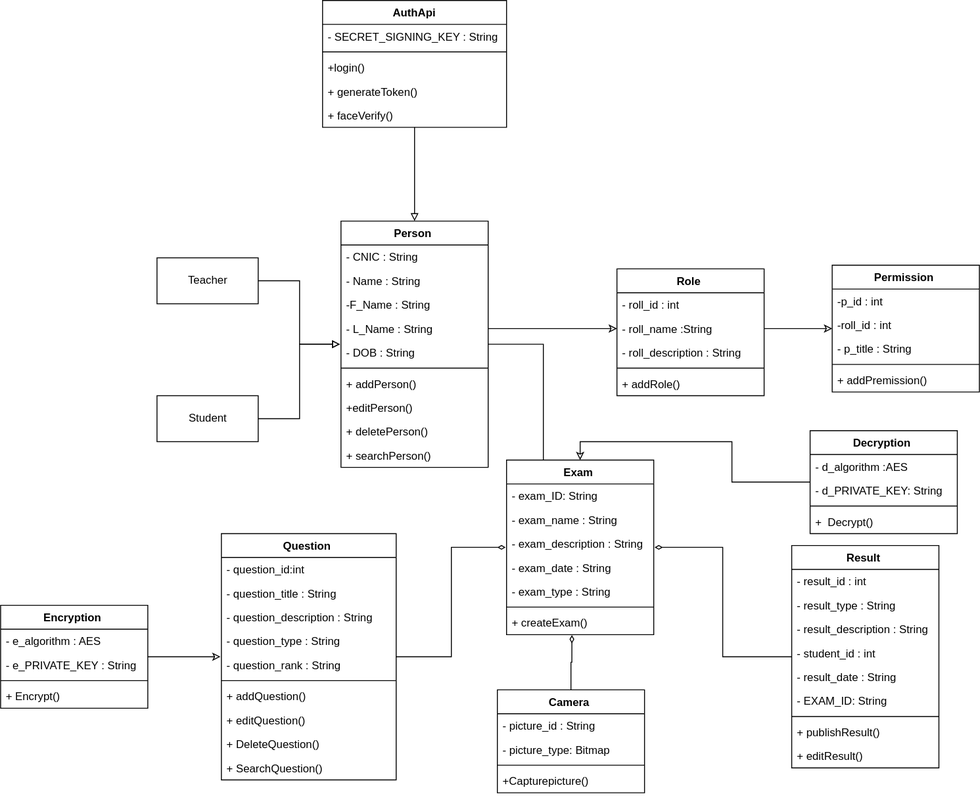
Zaeem6100/FYP-Documents keeps this draw.io diagram as Class Diagram.drawio.svg. Above is the earlier version. Source tidied: cells renumbered, new cells last; positions are measured from the earlier drawing's top-left corner, leaving out a move shared by most shapes.
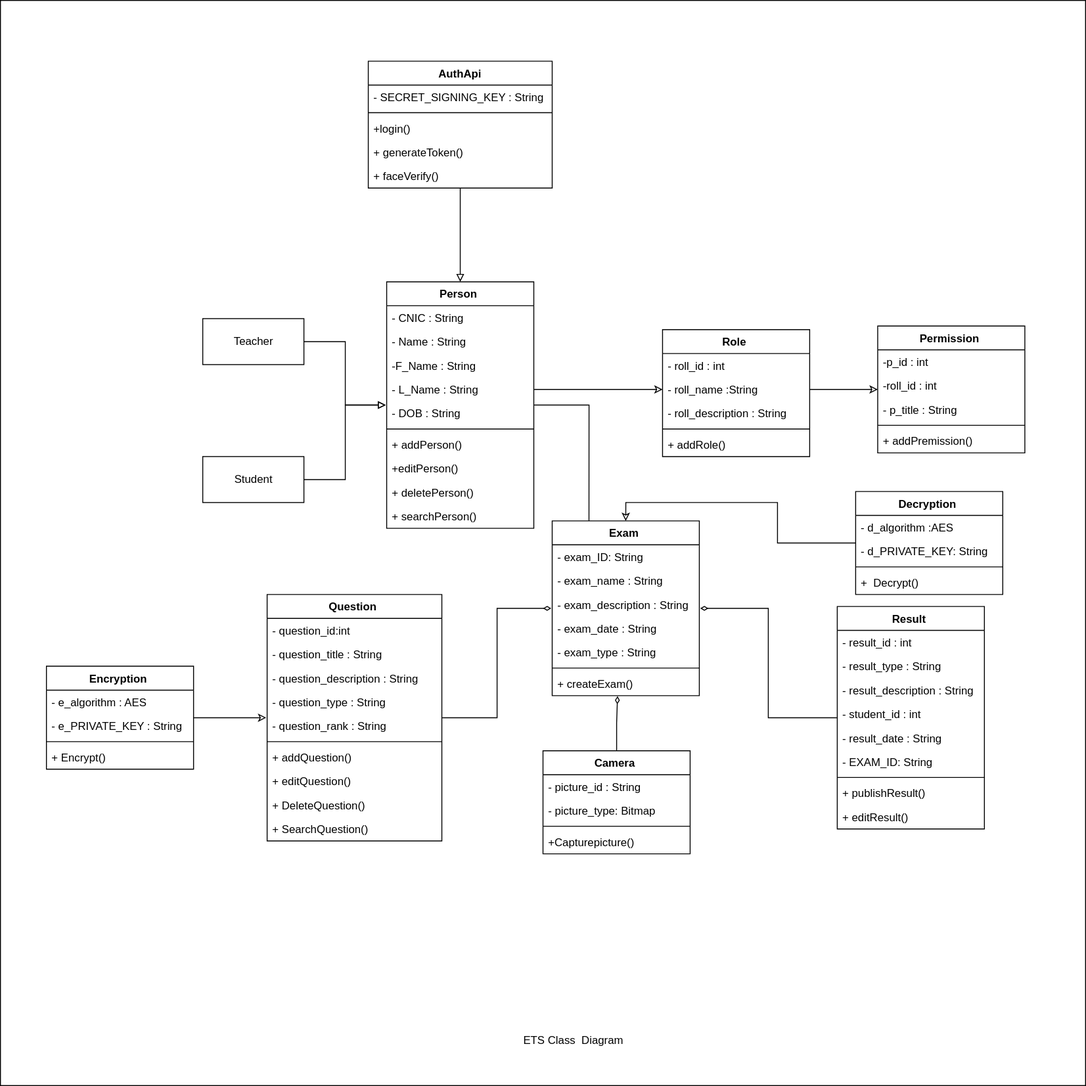
Above is the later version.

Diff of the diagram source:
```diff
@@ -2,6 +2,9 @@
   <root>
     <mxCell id="0" />
     <mxCell id="1" parent="0" />
+    <mxCell id="88" style="whiteSpace=wrap;html=1;" parent="1" vertex="1">
+      <mxGeometry x="-50" y="-66" width="1180" height="1180" as="geometry" />
+    </mxCell>
     <mxCell id="2" style="edgeStyle=orthogonalEdgeStyle;rounded=0;sketch=0;jumpSize=17;jettySize=auto;html=1;entryX=0.25;entryY=0;entryDx=0;entryDy=0;shadow=0;endArrow=none;endFill=0;targetPerimeterSpacing=1;strokeColor=#000000;strokeWidth=1;" parent="1" edge="1" source="3" target="14">
       <mxGeometry relative="1" as="geometry" />
     </mxCell>
@@ -260,5 +263,8 @@
     <mxCell id="87" value="+ faceVerify()" style="text;strokeColor=none;fillColor=none;align=left;verticalAlign=top;spacingLeft=4;spacingRight=4;overflow=hidden;" parent="82" vertex="1">
       <mxGeometry y="112" width="200" height="26" as="geometry" />
     </mxCell>
+    <mxCell id="89" value="ETS Class&amp;nbsp; Diagram&amp;nbsp;" style="text;html=1;strokeColor=none;fillColor=none;align=center;verticalAlign=middle;whiteSpace=wrap;rounded=0;" parent="1" vertex="1">
+      <mxGeometry x="290" y="1050" width="570" height="30" as="geometry" />
+    </mxCell>
   </root>
 </mxGraphModel>
```
